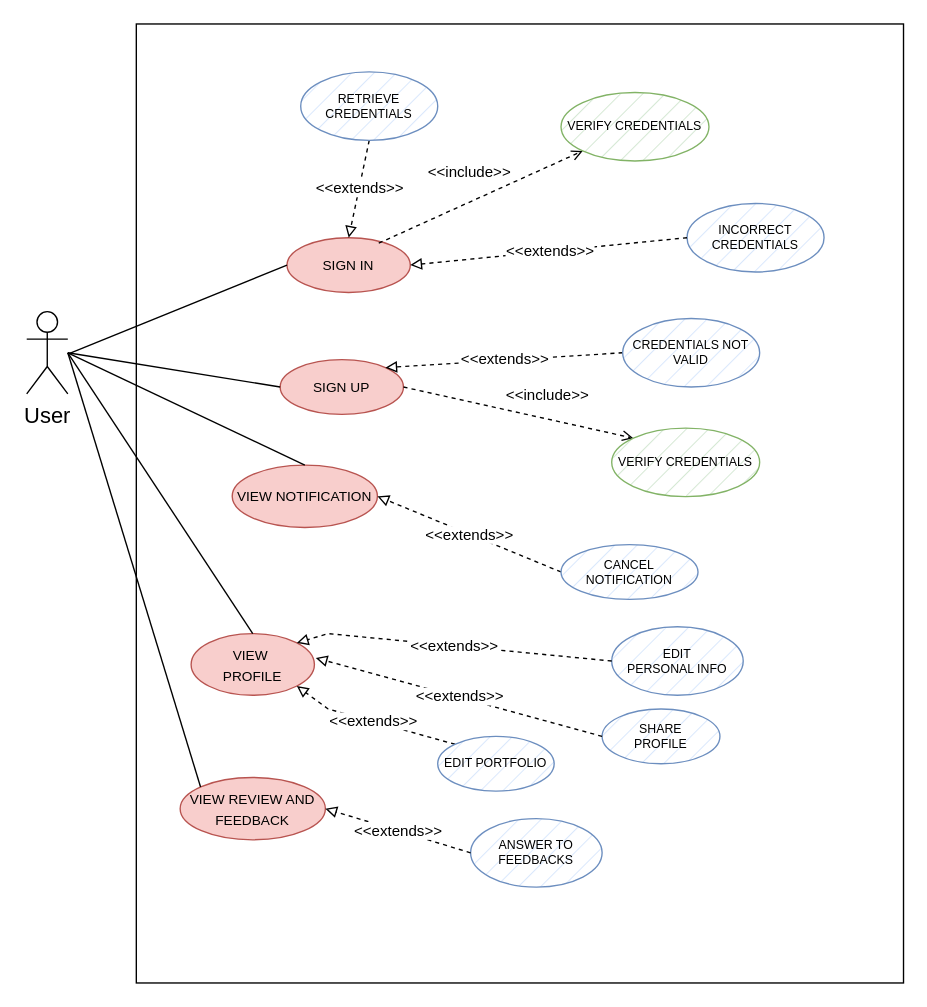
mattiadanisi00/ids keeps this draw.io diagram as use_cases/user.drawio. Above is the earlier version. Source tidied: cells renumbered, new cells numbered last; positions are measured from the earlier drawing's top-left corner, leaving out a move shared by most shapes. Both pictures are drawn from the tidied source at 137%, with x=0, y=0 at pixel (26, 23).
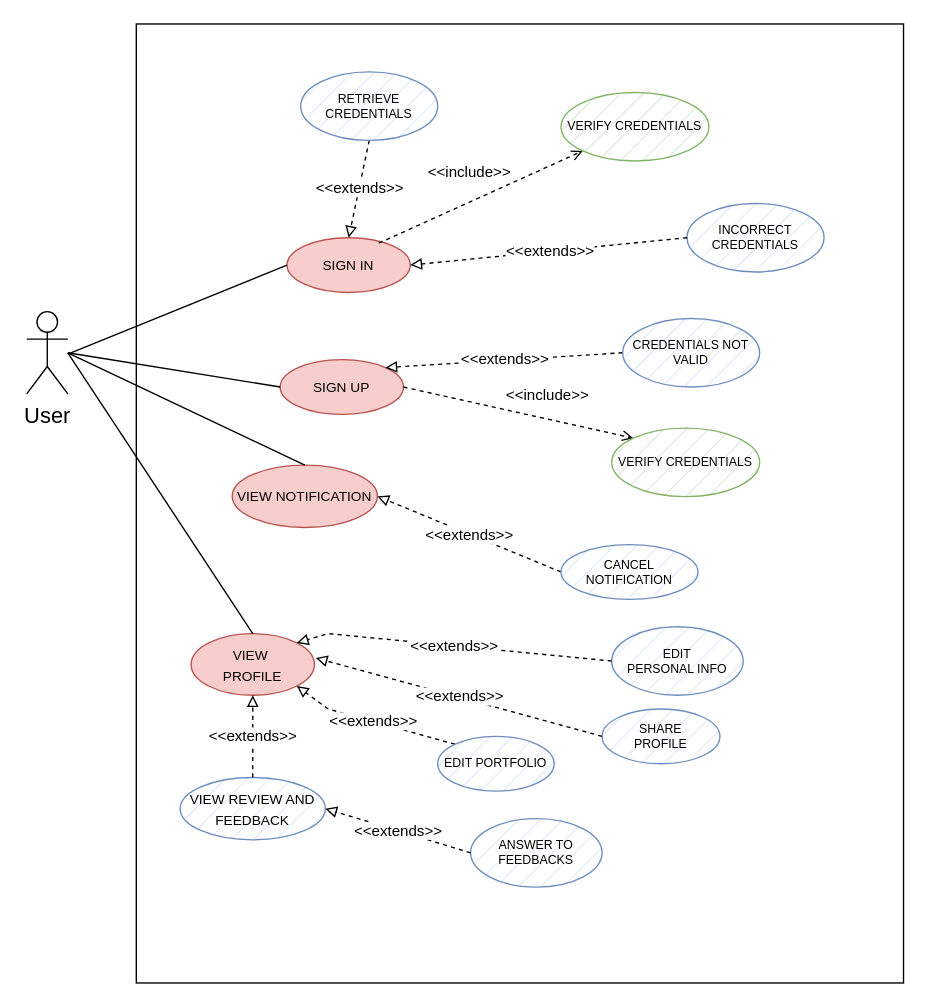
The same diagram, later.

Unchanged cells that the change refers to:
```xml
<mxCell id="22" value="&lt;font style=&quot;font-size: 10px;&quot;&gt;VIEW&amp;nbsp;&lt;br&gt;PROFILE&lt;/font&gt;" style="ellipse;whiteSpace=wrap;html=1;fillColor=#f8cecc;strokeColor=#b85450;" parent="1" vertex="1">
  <mxGeometry x="120" y="445" width="90" height="45" as="geometry" />
</mxCell>
```

What changed in the source:
```diff
@@
-    <mxCell id="30" value="&lt;font size=&quot;1&quot;&gt;VIEW REVIEW AND FEEDBACK&lt;/font&gt;" style="ellipse;whiteSpace=wrap;html=1;fillColor=#f8cecc;strokeColor=#b85450;" parent="1" vertex="1">
+    <mxCell id="30" value="&lt;font size=&quot;1&quot;&gt;VIEW REVIEW AND FEEDBACK&lt;/font&gt;" style="ellipse;whiteSpace=wrap;html=1;fillColor=#dae8fc;strokeColor=#6c8ebf;fillStyle=hatch;" parent="1" vertex="1">
       <mxGeometry x="112" y="550" width="106" height="45.5" as="geometry" />
     </mxCell>
-    <mxCell id="31" style="edgeStyle=none;rounded=0;jettySize=auto;html=1;entryX=0;entryY=0;entryDx=0;entryDy=0;strokeColor=default;strokeWidth=1;startArrow=none;startFill=0;endArrow=none;endFill=0;" parent="1" edge="1" target="30">
-      <mxGeometry relative="1" as="geometry">
-        <mxPoint x="30" y="240" as="sourcePoint" />
-      </mxGeometry>
-    </mxCell>
@@
+    <mxCell id="34" value="&amp;lt;&amp;lt;extends&amp;gt;&amp;gt;" style="endArrow=block;endFill=0;html=1;rounded=0;dashed=1;exitX=0.5;exitY=0;exitDx=0;exitDy=0;entryX=0.5;entryY=1;entryDx=0;entryDy=0;" parent="1" edge="1" source="30" target="22">
+      <mxGeometry relative="1" as="geometry" />
+    </mxCell>
```
